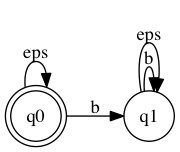
sdierauf/automata-and-languages-lab2 keeps this Graphviz diagram as spec.dot.png. Above is the earlier version. Its source is kept beside it as spec.dot.
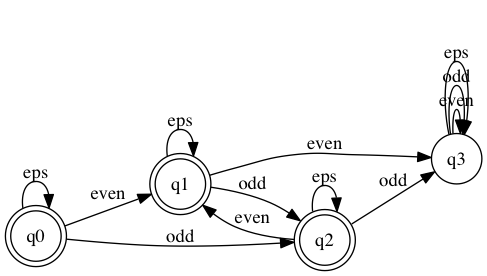
The same diagram one commit later.

Change to the diagram source:
```diff
@@ -1,9 +1,17 @@
 digraph finite_state_machine {
 	rankdir=LR;
-	node [shape = doublecircle]; q0
+	node [shape = doublecircle]; q0; q1; q2
 	 node [shape = circle];
 	q0 -> q0 [ label = "eps"];
-	q0 -> q1 [ label = "b"];
-	q1 -> q1 [ label = "b"];
+	q0 -> q1 [ label = "even"];
 	q1 -> q1 [ label = "eps"];
+	q1 -> q3 [ label = "even"];
+	q3 -> q3 [ label = "even"];
+	q3 -> q3 [ label = "odd"];
+	q3 -> q3 [ label = "eps"];
+	q1 -> q2 [ label = "odd"];
+	q0 -> q2 [ label = "odd"];
+	q2 -> q3 [ label = "odd"];
+	q2 -> q2 [ label = "eps"];
+	q2 -> q1 [ label = "even"];
 }
```
